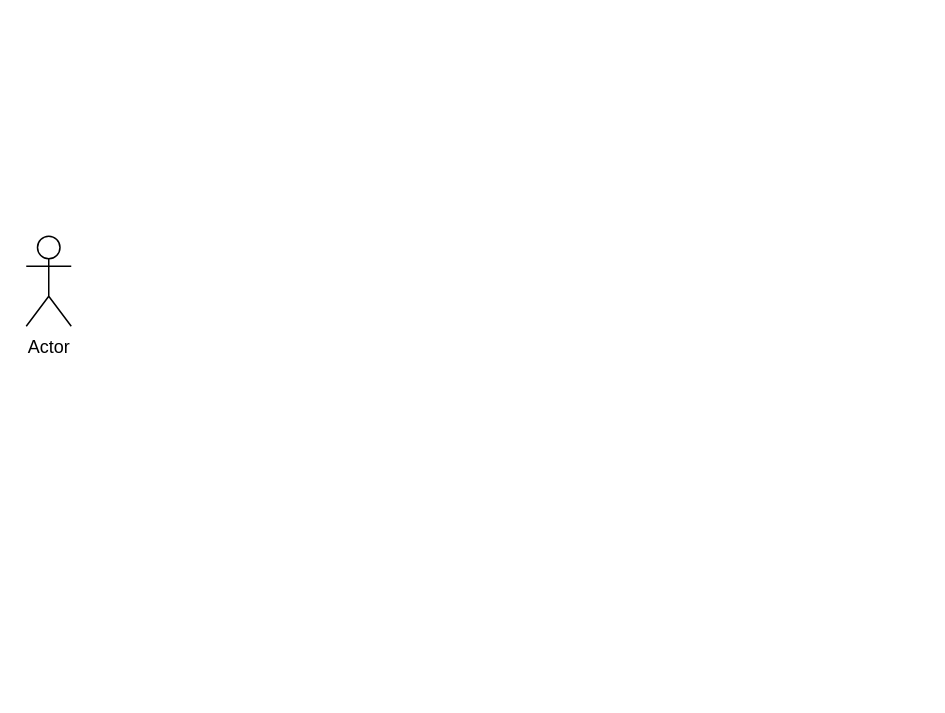
The draw.io diagram SWD.drawio in ThaiCLK/thaiclk, before the edit. Source tidied: cells renumbered, new cells numbered last; positions are measured from the earlier drawing's top-left corner, leaving out a move shared by most shapes. Both pictures are drawn from the tidied source at 150%, with x=0, y=0 at pixel (26, 236).
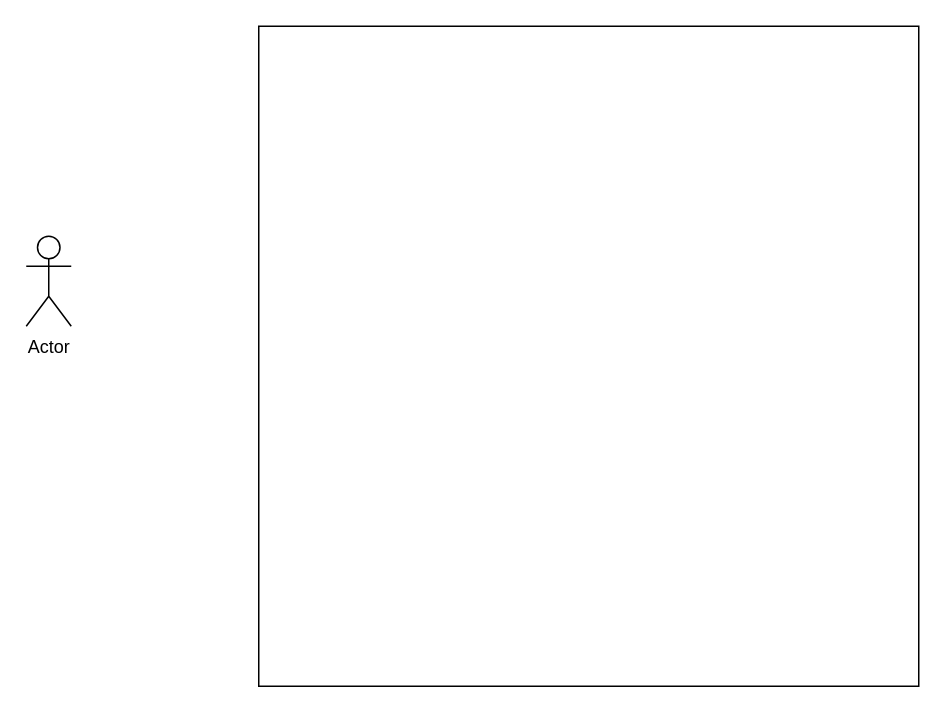
The same page after the edit.

The edit, as a diff of the source:
```diff
@@
 <mxGraphModel>
   <root>
     <mxCell id="0" />
     <mxCell id="1" parent="0" />
     <mxCell id="2" value="Actor" style="shape=umlActor;verticalLabelPosition=bottom;verticalAlign=top;html=1;" parent="1" vertex="1">
       <mxGeometry width="30" height="60" as="geometry" />
     </mxCell>
+    <mxCell id="3" style="whiteSpace=wrap;html=1;" parent="1" vertex="1">
+      <mxGeometry x="155" y="-140" width="440" height="440" as="geometry" />
+    </mxCell>
   </root>
 </mxGraphModel>
```
